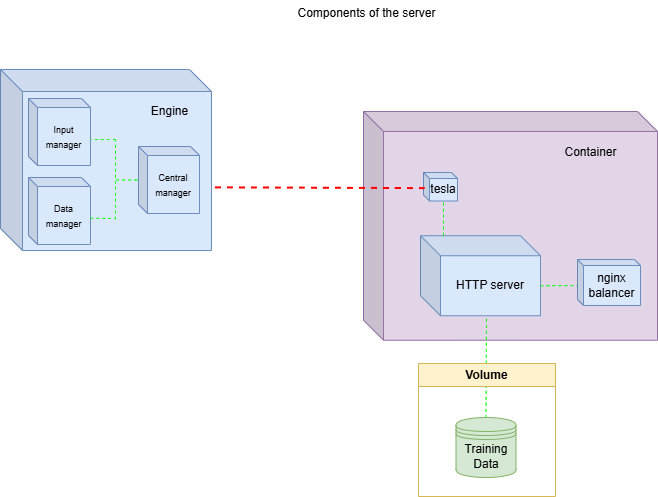
Above: plan/physical_view.png in John321Blacksmith/tesla (draw.io), before the change. Source tidied: cells renumbered, new cells last; positions are measured from the earlier drawing's top-left corner, leaving out a move shared by most shapes.
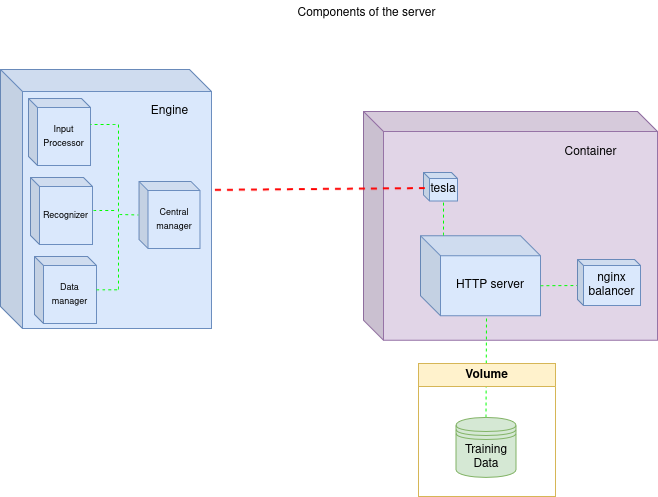
After the change.

Change to the diagram source:
```diff
@@ -35,40 +35,41 @@
       <mxGeometry x="37.5" y="54" width="60" height="60" as="geometry" />
     </mxCell>
     <mxCell id="12" style="shape=cube;whiteSpace=wrap;html=1;boundedLbl=1;backgroundOutline=1;darkOpacity=0.05;darkOpacity2=0.1;size=22;fillColor=#dae8fc;strokeColor=#6c8ebf;" parent="1" vertex="1">
-      <mxGeometry y="69" width="211" height="181" as="geometry" />
+      <mxGeometry y="69" width="211" height="259" as="geometry" />
     </mxCell>
-    <mxCell id="13" value="&lt;font style=&quot;font-size: 9px;&quot;&gt;Input manager&lt;/font&gt;" style="shape=cube;whiteSpace=wrap;html=1;boundedLbl=1;backgroundOutline=1;darkOpacity=0.05;darkOpacity2=0.1;size=9;fillColor=#dae8fc;strokeColor=#6c8ebf;" parent="1" vertex="1">
+    <mxCell id="13" value="&lt;div&gt;&lt;font style=&quot;font-size: 9px;&quot;&gt;Input&lt;/font&gt;&lt;/div&gt;&lt;div&gt;&lt;font style=&quot;font-size: 9px;&quot;&gt;Processor &lt;br&gt;&lt;/font&gt;&lt;/div&gt;" style="shape=cube;whiteSpace=wrap;html=1;boundedLbl=1;backgroundOutline=1;darkOpacity=0.05;darkOpacity2=0.1;size=9;fillColor=#dae8fc;strokeColor=#6c8ebf;" parent="1" vertex="1">
       <mxGeometry x="28" y="98" width="62" height="67" as="geometry" />
     </mxCell>
     <mxCell id="14" value="&lt;font style=&quot;font-size: 9px;&quot;&gt;Data manager&lt;/font&gt;" style="shape=cube;whiteSpace=wrap;html=1;boundedLbl=1;backgroundOutline=1;darkOpacity=0.05;darkOpacity2=0.1;size=9;fillColor=#dae8fc;strokeColor=#6c8ebf;" parent="1" vertex="1">
-      <mxGeometry x="28" y="177" width="62" height="67" as="geometry" />
+      <mxGeometry x="34" y="256" width="62" height="67" as="geometry" />
     </mxCell>
     <mxCell id="15" value="&lt;font style=&quot;font-size: 9px;&quot;&gt;Central manager&lt;/font&gt;" style="shape=cube;whiteSpace=wrap;html=1;boundedLbl=1;backgroundOutline=1;darkOpacity=0.05;darkOpacity2=0.1;size=9;fillColor=#dae8fc;strokeColor=#6c8ebf;" parent="1" vertex="1">
-      <mxGeometry x="138" y="146" width="61" height="67" as="geometry" />
+      <mxGeometry x="138.5" y="181" width="61" height="67" as="geometry" />
     </mxCell>
     <mxCell id="16" style="endArrow=none;dashed=1;html=1;rounded=0;fontSize=12;startSize=8;endSize=8;curved=1;entryX=0.55;entryY=1.004;entryDx=0;entryDy=0;entryPerimeter=0;strokeColor=#00FF00;" parent="1" edge="1">
       <mxGeometry relative="1" as="geometry">
-        <mxPoint x="115" y="219" as="sourcePoint" />
-        <mxPoint x="115" y="139" as="targetPoint" />
+        <mxPoint x="118" y="289" as="sourcePoint" />
+        <mxPoint x="118" y="124" as="targetPoint" />
       </mxGeometry>
     </mxCell>
-    <mxCell id="17" style="endArrow=none;dashed=1;html=1;rounded=0;fontSize=12;startSize=8;endSize=8;curved=1;strokeColor=#00FF00;exitX=1;exitY=0.609;exitDx=0;exitDy=0;exitPerimeter=0;" parent="1" edge="1" source="14">
+    <mxCell id="17" style="endArrow=none;dashed=1;html=1;rounded=0;fontSize=12;startSize=8;endSize=8;curved=1;strokeColor=#00FF00;" parent="1" edge="1">
       <mxGeometry relative="1" as="geometry">
-        <mxPoint x="115" y="218" as="targetPoint" />
+        <mxPoint x="93" y="210" as="sourcePoint" />
+        <mxPoint x="117" y="210" as="targetPoint" />
       </mxGeometry>
     </mxCell>
     <mxCell id="18" style="endArrow=none;dashed=1;html=1;rounded=0;fontSize=12;startSize=8;endSize=8;curved=1;entryX=0.55;entryY=1.004;entryDx=0;entryDy=0;entryPerimeter=0;strokeColor=#00FF00;" parent="1" edge="1">
       <mxGeometry relative="1" as="geometry">
-        <mxPoint x="115" y="139" as="sourcePoint" />
-        <mxPoint x="90" y="139" as="targetPoint" />
+        <mxPoint x="115" y="124" as="sourcePoint" />
+        <mxPoint x="90" y="124" as="targetPoint" />
       </mxGeometry>
     </mxCell>
-    <mxCell id="19" style="endArrow=none;dashed=1;html=1;rounded=0;fontSize=12;startSize=8;endSize=8;curved=1;strokeColor=#00FF00;exitX=1;exitY=0.609;exitDx=0;exitDy=0;exitPerimeter=0;entryX=-0.01;entryY=0.5;entryDx=0;entryDy=0;entryPerimeter=0;" parent="1" edge="1" target="15">
+    <mxCell id="19" style="endArrow=none;dashed=1;html=1;rounded=0;fontSize=12;startSize=8;endSize=8;curved=1;strokeColor=#00FF00;entryX=-0.01;entryY=0.5;entryDx=0;entryDy=0;entryPerimeter=0;" parent="1" edge="1" target="15">
       <mxGeometry relative="1" as="geometry">
-        <mxPoint x="116" y="179.4" as="sourcePoint" />
+        <mxPoint x="119" y="214" as="sourcePoint" />
       </mxGeometry>
     </mxCell>
-    <mxCell id="20" style="endArrow=none;dashed=1;html=1;rounded=0;fontSize=12;startSize=8;endSize=8;curved=1;entryX=0.998;entryY=0.651;entryDx=0;entryDy=0;entryPerimeter=0;exitX=0.038;exitY=0.548;exitDx=0;exitDy=0;strokeColor=#ff0000;exitPerimeter=0;strokeWidth=2;" parent="1" edge="1" source="4" target="12">
+    <mxCell id="20" style="endArrow=none;dashed=1;html=1;rounded=0;fontSize=12;startSize=8;endSize=8;curved=1;entryX=1.002;entryY=0.465;entryDx=0;entryDy=0;entryPerimeter=0;exitX=0.038;exitY=0.548;exitDx=0;exitDy=0;strokeColor=#ff0000;exitPerimeter=0;strokeWidth=2;" parent="1" edge="1" source="4" target="12">
       <mxGeometry relative="1" as="geometry" />
     </mxCell>
     <mxCell id="21" value="Engine" style="text;html=1;align=center;verticalAlign=middle;strokeColor=none;fillColor=none;" parent="1" vertex="1">
@@ -77,5 +78,14 @@
     <mxCell id="22" value="Components of the server" style="text;html=1;align=center;verticalAlign=middle;strokeColor=none;fillColor=none;" parent="1" vertex="1">
       <mxGeometry x="288" width="156" height="26" as="geometry" />
     </mxCell>
+    <mxCell id="23" value="&lt;font style=&quot;font-size: 9px;&quot;&gt;Recognizer&lt;/font&gt;" style="shape=cube;whiteSpace=wrap;html=1;boundedLbl=1;backgroundOutline=1;darkOpacity=0.05;darkOpacity2=0.1;size=9;fillColor=#dae8fc;strokeColor=#6c8ebf;" parent="1" vertex="1">
+      <mxGeometry x="30" y="177" width="62" height="67" as="geometry" />
+    </mxCell>
+    <mxCell id="24" style="endArrow=none;dashed=1;html=1;rounded=0;fontSize=12;startSize=8;endSize=8;curved=1;strokeColor=#00FF00;" parent="1" edge="1">
+      <mxGeometry relative="1" as="geometry">
+        <mxPoint x="96" y="289.4" as="sourcePoint" />
+        <mxPoint x="120" y="289.4" as="targetPoint" />
+      </mxGeometry>
+    </mxCell>
   </root>
 </mxGraphModel>
```
